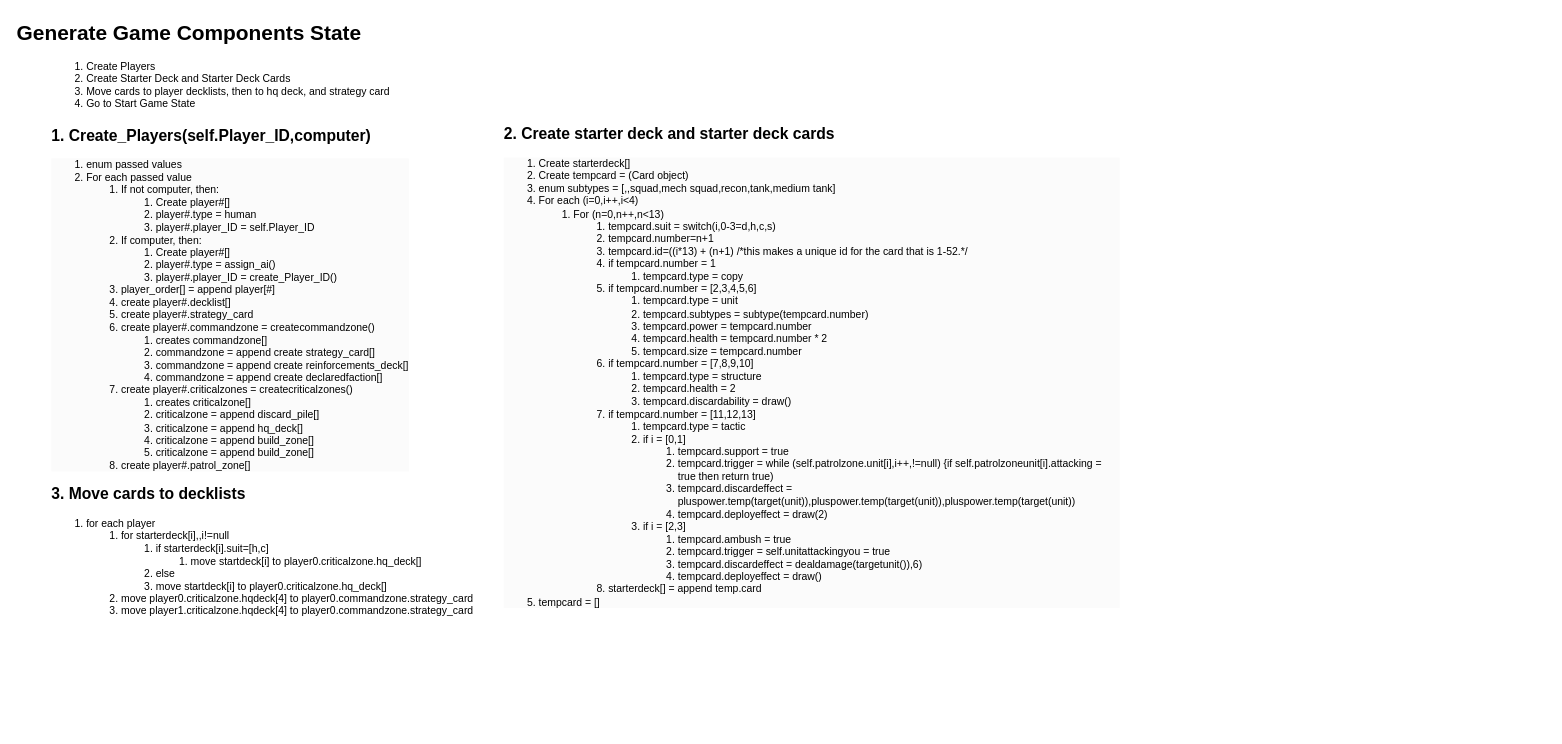
Before: Project Scope and Management/Generate Game Components State.drawio in Nikkxi/Skirmish, a draw.io diagram. Source tidied: cells renumbered, new cells numbered last; positions are measured from the earlier drawing's top-left corner, leaving out a move shared by most shapes. Both pictures are drawn from the tidied source at 87%, with x=0, y=0 at pixel (15, 15).
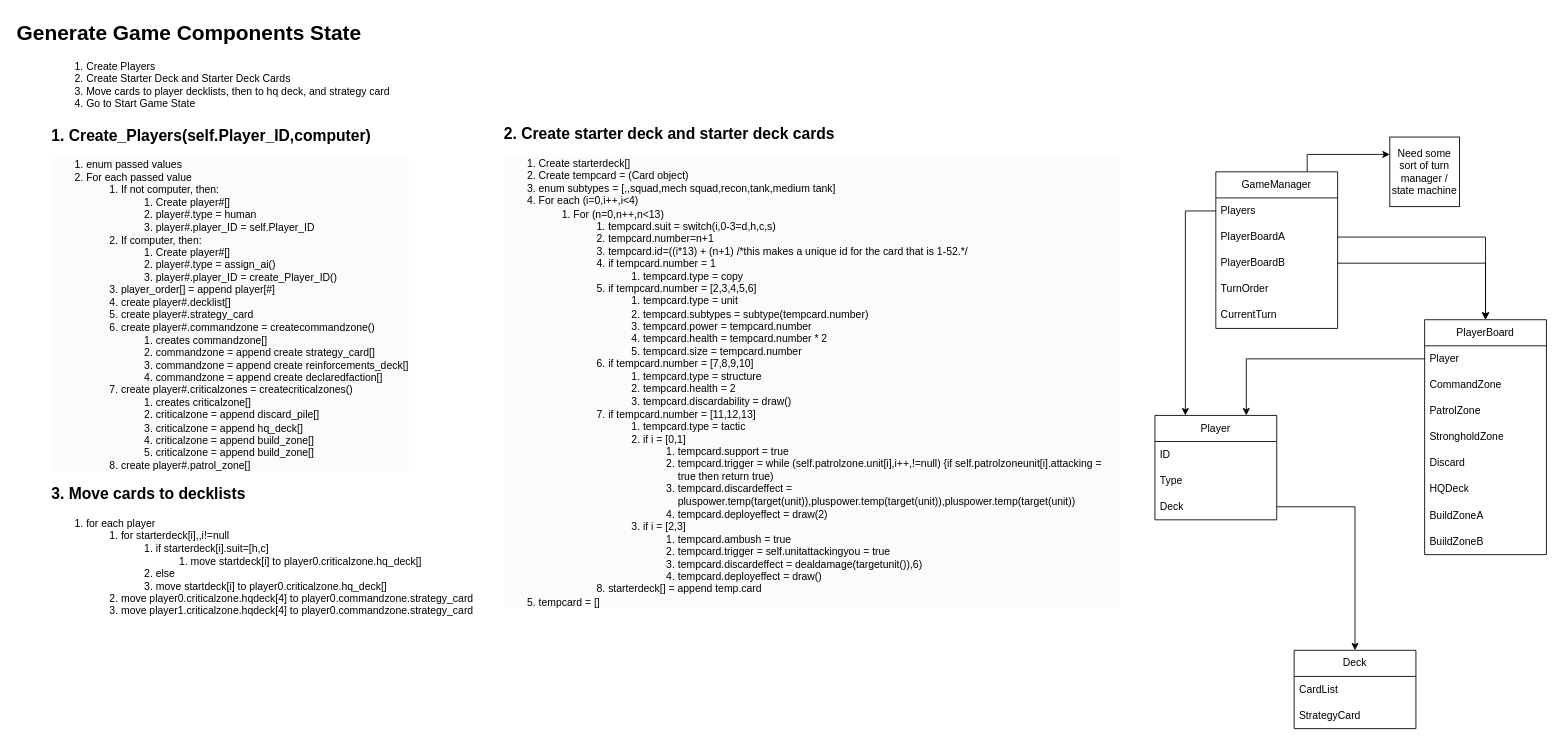
The same page after the edit.

Commit message:
Added Class Diagram to Generate Game Components State.drawio

The edit, as a diff of the source:
```diff
@@
+    <mxCell id="6" value="Player" style="swimlane;fontStyle=0;horizontal=1;startSize=30;whiteSpace=wrap;html=1;" parent="1" vertex="1">
+      <mxGeometry x="1310" y="460" width="140" height="120" as="geometry" />
+    </mxCell>
+    <mxCell id="7" value="ID" style="text;strokeColor=none;fillColor=none;align=left;verticalAlign=middle;spacingLeft=4;spacingRight=4;overflow=hidden;whiteSpace=wrap;html=1;" parent="6" vertex="1">
+      <mxGeometry y="30" width="140" height="30" as="geometry" />
+    </mxCell>
+    <mxCell id="8" value="Type" style="text;strokeColor=none;fillColor=none;align=left;verticalAlign=middle;spacingLeft=4;spacingRight=4;overflow=hidden;whiteSpace=wrap;html=1;" parent="6" vertex="1">
+      <mxGeometry y="60" width="140" height="30" as="geometry" />
+    </mxCell>
+    <mxCell id="9" value="Deck" style="text;strokeColor=none;fillColor=none;align=left;verticalAlign=middle;spacingLeft=4;spacingRight=4;overflow=hidden;points=[[0,0.5],[1,0.5]];portConstraint=eastwest;whiteSpace=wrap;html=1;" parent="6" vertex="1">
+      <mxGeometry y="90" width="140" height="30" as="geometry" />
+    </mxCell>
+    <mxCell id="10" value="Deck" style="swimlane;fontStyle=0;horizontal=1;startSize=30;whiteSpace=wrap;html=1;" parent="1" vertex="1">
+      <mxGeometry x="1470" y="730" width="140" height="90" as="geometry" />
+    </mxCell>
+    <mxCell id="11" value="CardList" style="text;strokeColor=none;fillColor=none;align=left;verticalAlign=middle;spacingLeft=4;spacingRight=4;overflow=hidden;whiteSpace=wrap;html=1;" parent="10" vertex="1">
+      <mxGeometry y="30" width="140" height="30" as="geometry" />
+    </mxCell>
+    <mxCell id="12" value="StrategyCard" style="text;strokeColor=none;fillColor=none;align=left;verticalAlign=middle;spacingLeft=4;spacingRight=4;overflow=hidden;whiteSpace=wrap;html=1;" parent="10" vertex="1">
+      <mxGeometry y="60" width="140" height="30" as="geometry" />
+    </mxCell>
+    <mxCell id="13" style="edgeStyle=orthogonalEdgeStyle;rounded=0;jettySize=auto;html=1;exitX=1;exitY=0.5;exitDx=0;exitDy=0;entryX=0.5;entryY=0;entryDx=0;entryDy=0;" parent="1" edge="1" source="9" target="10">
+      <mxGeometry relative="1" as="geometry" />
+    </mxCell>
+    <mxCell id="14" value="PlayerBoard" style="swimlane;fontStyle=0;horizontal=1;startSize=30;whiteSpace=wrap;html=1;" parent="1" vertex="1">
+      <mxGeometry x="1620" y="350" width="140" height="270" as="geometry" />
+    </mxCell>
+    <mxCell id="15" value="Player" style="text;strokeColor=none;fillColor=none;align=left;verticalAlign=middle;spacingLeft=4;spacingRight=4;overflow=hidden;points=[[0,0.5],[1,0.5]];portConstraint=eastwest;whiteSpace=wrap;html=1;" parent="14" vertex="1">
+      <mxGeometry y="30" width="140" height="30" as="geometry" />
+    </mxCell>
+    <mxCell id="16" value="CommandZone" style="text;strokeColor=none;fillColor=none;align=left;verticalAlign=middle;spacingLeft=4;spacingRight=4;overflow=hidden;whiteSpace=wrap;html=1;" parent="14" vertex="1">
+      <mxGeometry y="60" width="140" height="30" as="geometry" />
+    </mxCell>
+    <mxCell id="17" value="PatrolZone" style="text;strokeColor=none;fillColor=none;align=left;verticalAlign=middle;spacingLeft=4;spacingRight=4;overflow=hidden;whiteSpace=wrap;html=1;" parent="14" vertex="1">
+      <mxGeometry y="90" width="140" height="30" as="geometry" />
+    </mxCell>
+    <mxCell id="18" value="StrongholdZone" style="text;strokeColor=none;fillColor=none;align=left;verticalAlign=middle;spacingLeft=4;spacingRight=4;overflow=hidden;whiteSpace=wrap;html=1;" parent="14" vertex="1">
+      <mxGeometry y="120" width="140" height="30" as="geometry" />
+    </mxCell>
+    <mxCell id="19" value="Discard" style="text;strokeColor=none;fillColor=none;align=left;verticalAlign=middle;spacingLeft=4;spacingRight=4;overflow=hidden;whiteSpace=wrap;html=1;" parent="14" vertex="1">
+      <mxGeometry y="150" width="140" height="30" as="geometry" />
+    </mxCell>
+    <mxCell id="20" value="HQDeck" style="text;strokeColor=none;fillColor=none;align=left;verticalAlign=middle;spacingLeft=4;spacingRight=4;overflow=hidden;whiteSpace=wrap;html=1;" parent="14" vertex="1">
+      <mxGeometry y="180" width="140" height="30" as="geometry" />
+    </mxCell>
+    <mxCell id="21" value="BuildZoneA" style="text;strokeColor=none;fillColor=none;align=left;verticalAlign=middle;spacingLeft=4;spacingRight=4;overflow=hidden;whiteSpace=wrap;html=1;" parent="14" vertex="1">
+      <mxGeometry y="210" width="140" height="30" as="geometry" />
+    </mxCell>
+    <mxCell id="22" value="BuildZoneB" style="text;strokeColor=none;fillColor=none;align=left;verticalAlign=middle;spacingLeft=4;spacingRight=4;overflow=hidden;whiteSpace=wrap;html=1;" parent="14" vertex="1">
+      <mxGeometry y="240" width="140" height="30" as="geometry" />
+    </mxCell>
+    <mxCell id="23" style="edgeStyle=orthogonalEdgeStyle;rounded=0;jettySize=auto;html=1;exitX=0.75;exitY=0;exitDx=0;exitDy=0;entryX=0;entryY=0.25;entryDx=0;entryDy=0;" parent="1" edge="1" source="24" target="34">
+      <mxGeometry relative="1" as="geometry" />
+    </mxCell>
+    <mxCell id="24" value="GameManager" style="swimlane;fontStyle=0;horizontal=1;startSize=30;whiteSpace=wrap;html=1;" parent="1" vertex="1">
+      <mxGeometry x="1380" y="180" width="140" height="180" as="geometry" />
+    </mxCell>
+    <mxCell id="25" value="Players" style="text;strokeColor=none;fillColor=none;align=left;verticalAlign=middle;spacingLeft=4;spacingRight=4;overflow=hidden;points=[[0,0.5],[1,0.5]];portConstraint=eastwest;whiteSpace=wrap;html=1;" parent="24" vertex="1">
+      <mxGeometry y="30" width="140" height="30" as="geometry" />
+    </mxCell>
+    <mxCell id="26" value="PlayerBoardA" style="text;strokeColor=none;fillColor=none;align=left;verticalAlign=middle;spacingLeft=4;spacingRight=4;overflow=hidden;points=[[0,0.5],[1,0.5]];portConstraint=eastwest;whiteSpace=wrap;html=1;" parent="24" vertex="1">
+      <mxGeometry y="60" width="140" height="30" as="geometry" />
+    </mxCell>
+    <mxCell id="27" value="PlayerBoardB" style="text;strokeColor=none;fillColor=none;align=left;verticalAlign=middle;spacingLeft=4;spacingRight=4;overflow=hidden;points=[[0,0.5],[1,0.5]];portConstraint=eastwest;whiteSpace=wrap;html=1;" parent="24" vertex="1">
+      <mxGeometry y="90" width="140" height="30" as="geometry" />
+    </mxCell>
+    <mxCell id="28" value="TurnOrder" style="text;strokeColor=none;fillColor=none;align=left;verticalAlign=middle;spacingLeft=4;spacingRight=4;overflow=hidden;whiteSpace=wrap;html=1;" parent="24" vertex="1">
+      <mxGeometry y="120" width="140" height="30" as="geometry" />
+    </mxCell>
+    <mxCell id="29" value="CurrentTurn" style="text;strokeColor=none;fillColor=none;align=left;verticalAlign=middle;spacingLeft=4;spacingRight=4;overflow=hidden;whiteSpace=wrap;html=1;" parent="24" vertex="1">
+      <mxGeometry y="150" width="140" height="30" as="geometry" />
+    </mxCell>
+    <mxCell id="30" style="edgeStyle=orthogonalEdgeStyle;rounded=0;jettySize=auto;html=1;exitX=1;exitY=0.5;exitDx=0;exitDy=0;entryX=0.5;entryY=0;entryDx=0;entryDy=0;" parent="1" edge="1" source="26" target="14">
+      <mxGeometry relative="1" as="geometry" />
+    </mxCell>
+    <mxCell id="31" style="edgeStyle=orthogonalEdgeStyle;rounded=0;jettySize=auto;html=1;exitX=1;exitY=0.5;exitDx=0;exitDy=0;entryX=0.5;entryY=0;entryDx=0;entryDy=0;" parent="1" edge="1" source="27" target="14">
+      <mxGeometry relative="1" as="geometry" />
+    </mxCell>
+    <mxCell id="32" style="edgeStyle=orthogonalEdgeStyle;rounded=0;jettySize=auto;html=1;exitX=0;exitY=0.5;exitDx=0;exitDy=0;entryX=0.75;entryY=0;entryDx=0;entryDy=0;" parent="1" edge="1" source="15" target="6">
+      <mxGeometry relative="1" as="geometry" />
+    </mxCell>
+    <mxCell id="33" style="edgeStyle=orthogonalEdgeStyle;rounded=0;jettySize=auto;html=1;exitX=0;exitY=0.5;exitDx=0;exitDy=0;entryX=0.25;entryY=0;entryDx=0;entryDy=0;" parent="1" edge="1" source="25" target="6">
+      <mxGeometry relative="1" as="geometry" />
+    </mxCell>
+    <mxCell id="34" value="Need some sort of turn manager / state machine" style="whiteSpace=wrap;html=1;" parent="1" vertex="1">
+      <mxGeometry x="1580" y="140" width="80" height="80" as="geometry" />
+    </mxCell>
```
